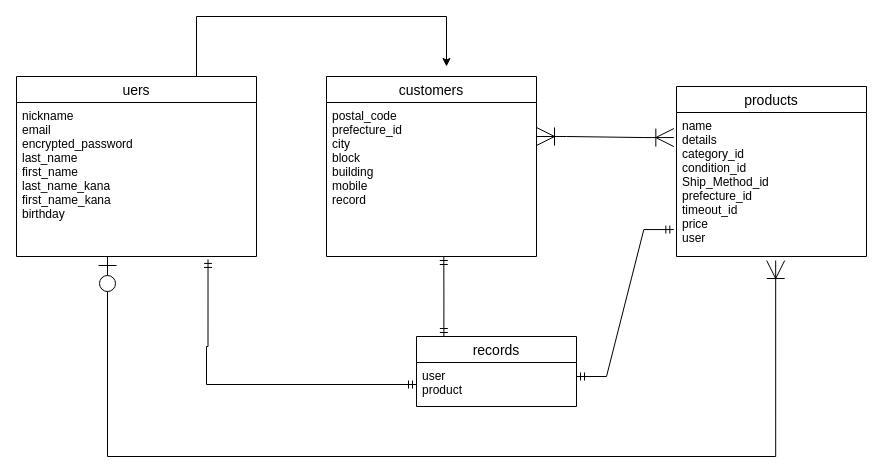
Before: test.dio in ik373321/furima-35526, a draw.io diagram. Source tidied: cells renumbered, new cells numbered last; positions are measured from the earlier drawing's top-left corner, leaving out a move shared by most shapes. Both pictures are drawn from the tidied source at 100%, with x=0, y=0 at pixel (16, 16).
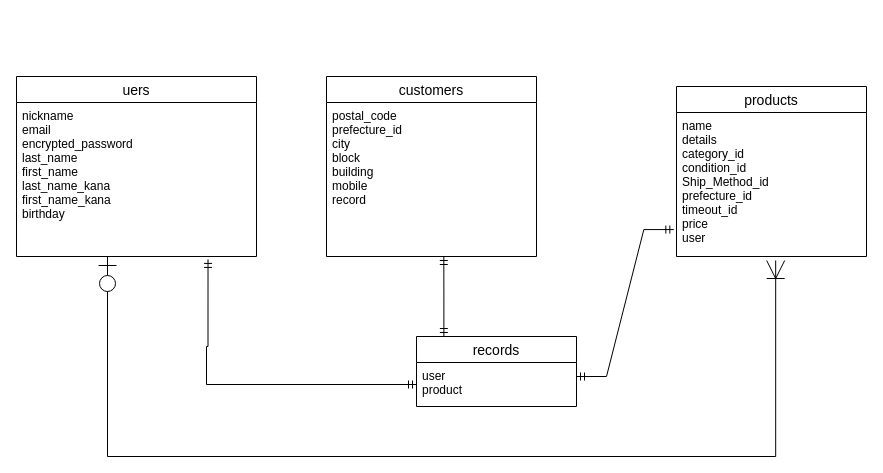
Above is the later version.

Commit message (it also covers changes not shown here):
アソシエーションを変更

The change refers to these unchanged cells:
```xml
<mxCell id="3" value="uers" style="swimlane;fontStyle=0;horizontal=1;startSize=26;align=center;fontSize=14;" parent="1" vertex="1">
  <mxGeometry y="60" width="240" height="180" as="geometry" />
</mxCell>
<mxCell id="10" value="name&#10;details&#10; category_id  &#10;condition_id&#10;Ship_Method_id&#10;prefecture_id&#10;timeout_id&#10;price  &#10;user" style="text;strokeColor=none;fillColor=none;spacingLeft=4;spacingRight=4;overflow=hidden;points=[[0,0.5],[1,0.5]];portConstraint=eastwest;fontSize=12;" parent="9" vertex="1">
  <mxGeometry y="26" width="190" height="144" as="geometry" />
</mxCell>
```

What changed in the source:
```diff
@@
-    <mxCell id="2" style="edgeStyle=orthogonalEdgeStyle;rounded=0;jettySize=auto;html=1;exitX=0.75;exitY=0;exitDx=0;exitDy=0;" parent="1" edge="1" source="3">
-      <mxGeometry relative="1" as="geometry">
-        <mxPoint x="430" y="50" as="targetPoint" />
-        <Array as="points">
-          <mxPoint x="180" />
-          <mxPoint x="430" />
-        </Array>
-      </mxGeometry>
-    </mxCell>
@@
-    <mxCell id="11" style="edgeStyle=entityRelationEdgeStyle;fontSize=12;html=1;endArrow=ERoneToMany;startArrow=ERoneToMany;rounded=0;entryX=-0.014;entryY=0.174;entryDx=0;entryDy=0;entryPerimeter=0;endSize=16;startSize=16;" parent="1" edge="1" target="10">
-      <mxGeometry relative="1" as="geometry">
-        <mxPoint x="520" y="120" as="sourcePoint" />
-      </mxGeometry>
-    </mxCell>
```
